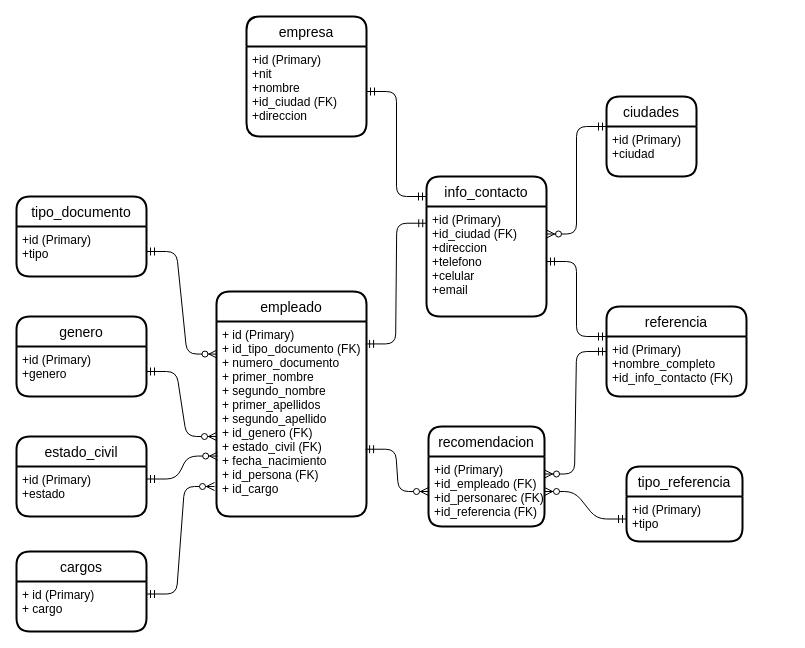
Above: DiseñoRelacional.drawio in shaten10/hdv (draw.io), before the change. Source tidied: cells renumbered, new cells numbered last; positions are measured from the earlier drawing's top-left corner, leaving out a move shared by most shapes. Both pictures are drawn from the tidied source at 100%, with x=0, y=0 at pixel (16, 16).
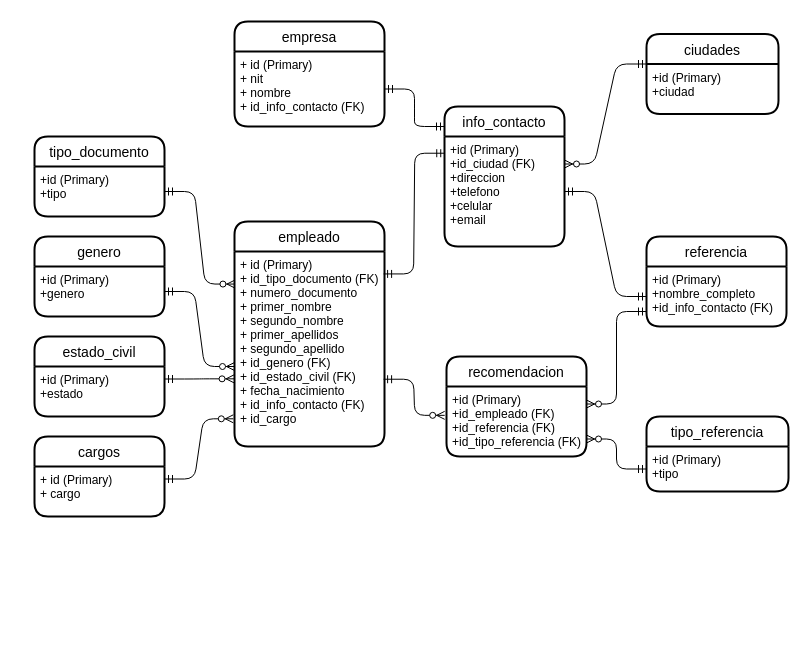
Above is the later version.

The change refers to these unchanged cells:
```xml
<mxCell id="3" value="+id (Primary)&#10;+id_ciudad (FK)&#10;+direccion&#10;+telefono&#10;+celular&#10;+email" style="align=left;strokeColor=none;fillColor=none;spacingLeft=4;fontSize=12;verticalAlign=top;" parent="2" vertex="1">
  <mxGeometry y="30" width="120" height="110" as="geometry" />
</mxCell>
<mxCell id="7" value="+id (Primary)&#10;+nombre_completo&#10;+id_info_contacto (FK)" style="align=left;strokeColor=none;fillColor=none;spacingLeft=4;fontSize=12;verticalAlign=top;" parent="6" vertex="1">
  <mxGeometry y="30" width="140" height="60" as="geometry" />
</mxCell>
<mxCell id="17" value="+id (Primary)&#10;+estado" style="align=left;strokeColor=none;fillColor=none;spacingLeft=4;fontSize=12;verticalAlign=top;" parent="16" vertex="1">
  <mxGeometry y="30" width="130" height="50" as="geometry" />
</mxCell>
<mxCell id="19" value="+id (Primary)&#10;+genero" style="align=left;strokeColor=none;fillColor=none;spacingLeft=4;fontSize=12;verticalAlign=top;" parent="18" vertex="1">
  <mxGeometry y="30" width="130" height="50" as="geometry" />
</mxCell>
<mxCell id="33" value="+ id (Primary)&#10;+ cargo" style="align=left;strokeColor=none;fillColor=none;spacingLeft=4;fontSize=12;verticalAlign=top;" parent="32" vertex="1">
  <mxGeometry y="30" width="130" height="50" as="geometry" />
</mxCell>
```

Change to the diagram source:
```diff
@@
     <mxCell id="2" value="info_contacto" style="swimlane;horizontal=1;startSize=30;rounded=1;fontSize=14;fontStyle=0;strokeWidth=2;shadow=0;dashed=0;align=center;" parent="1" vertex="1">
-      <mxGeometry x="410" y="160" width="120" height="140" as="geometry" />
+      <mxGeometry x="428" y="90" width="120" height="140" as="geometry" />
     </mxCell>
@@
     <mxCell id="4" value="empleado" style="swimlane;horizontal=1;startSize=30;rounded=1;fontSize=14;fontStyle=0;strokeWidth=2;shadow=0;dashed=0;align=center;" parent="1" vertex="1">
-      <mxGeometry x="200" y="275" width="150" height="225" as="geometry" />
+      <mxGeometry x="218" y="205" width="150" height="225" as="geometry" />
     </mxCell>
-    <mxCell id="5" value="+ id (Primary)&#10;+ id_tipo_documento (FK)&#10;+ numero_documento&#10;+ primer_nombre&#10;+ segundo_nombre&#10;+ primer_apellidos&#10;+ segundo_apellido&#10;+ id_genero (FK)&#10;+ estado_civil (FK)&#10;+ fecha_nacimiento&#10;+ id_persona (FK)&#10;+ id_cargo&#10;" style="align=left;strokeColor=none;fillColor=none;spacingLeft=4;fontSize=12;verticalAlign=top;" parent="4" vertex="1">
+    <mxCell id="5" value="+ id (Primary)&#10;+ id_tipo_documento (FK)&#10;+ numero_documento&#10;+ primer_nombre&#10;+ segundo_nombre&#10;+ primer_apellidos&#10;+ segundo_apellido&#10;+ id_genero (FK)&#10;+ id_estado_civil (FK)&#10;+ fecha_nacimiento&#10;+ id_info_contacto (FK)&#10;+ id_cargo&#10;" style="align=left;strokeColor=none;fillColor=none;spacingLeft=4;fontSize=12;verticalAlign=top;" parent="4" vertex="1">
       <mxGeometry y="30" width="150" height="195" as="geometry" />
     </mxCell>
     <mxCell id="6" value="referencia" style="swimlane;horizontal=1;startSize=30;rounded=1;fontSize=14;fontStyle=0;strokeWidth=2;shadow=0;dashed=0;align=center;" parent="1" vertex="1">
-      <mxGeometry x="590" y="290" width="140" height="90" as="geometry" />
+      <mxGeometry x="630" y="220" width="140" height="90" as="geometry" />
     </mxCell>
@@
     <mxCell id="8" value="recomendacion" style="swimlane;horizontal=1;startSize=30;rounded=1;fontSize=14;fontStyle=0;strokeWidth=2;shadow=0;dashed=0;align=center;" parent="1" vertex="1">
-      <mxGeometry x="412" y="410" width="116" height="100" as="geometry" />
+      <mxGeometry x="430" y="340" width="140" height="100" as="geometry" />
     </mxCell>
-    <mxCell id="9" value="+id (Primary)&#10;+id_empleado (FK)&#10;+id_personarec (FK)&#10;+id_referencia (FK)" style="align=left;strokeColor=none;fillColor=none;spacingLeft=4;fontSize=12;verticalAlign=top;" parent="8" vertex="1">
-      <mxGeometry y="30" width="116" height="70" as="geometry" />
+    <mxCell id="9" value="+id (Primary)&#10;+id_empleado (FK)&#10;+id_referencia (FK)&#10;+id_tipo_referencia (FK)" style="align=left;strokeColor=none;fillColor=none;spacingLeft=4;fontSize=12;verticalAlign=top;" parent="8" vertex="1">
+      <mxGeometry y="30" width="140" height="70" as="geometry" />
     </mxCell>
     <mxCell id="10" value="tipo_documento" style="swimlane;horizontal=1;startSize=30;rounded=1;fontSize=14;fontStyle=0;strokeWidth=2;shadow=0;dashed=0;align=center;" parent="1" vertex="1">
-      <mxGeometry y="180" width="130" height="80" as="geometry" />
+      <mxGeometry x="18" y="120" width="130" height="80" as="geometry" />
     </mxCell>
@@
     <mxCell id="12" value="tipo_referencia" style="swimlane;horizontal=1;startSize=30;rounded=1;fontSize=14;fontStyle=0;strokeWidth=2;shadow=0;dashed=0;align=center;" parent="1" vertex="1">
-      <mxGeometry x="610" y="450" width="116" height="75" as="geometry" />
+      <mxGeometry x="630" y="400" width="142" height="75" as="geometry" />
     </mxCell>
     <mxCell id="13" value="+id (Primary)&#10;+tipo" style="align=left;strokeColor=none;fillColor=none;spacingLeft=4;fontSize=12;verticalAlign=top;" parent="12" vertex="1">
-      <mxGeometry y="30" width="116" height="45" as="geometry" />
+      <mxGeometry y="30" width="142" height="45" as="geometry" />
     </mxCell>
     <mxCell id="14" value="ciudades" style="swimlane;horizontal=1;startSize=30;rounded=1;fontSize=14;fontStyle=0;strokeWidth=2;shadow=0;dashed=0;align=center;" parent="1" vertex="1">
-      <mxGeometry x="590" y="80" width="90" height="80" as="geometry" />
+      <mxGeometry x="630" y="17.5" width="132" height="80" as="geometry" />
     </mxCell>
     <mxCell id="15" value="+id (Primary)&#10;+ciudad" style="align=left;strokeColor=none;fillColor=none;spacingLeft=4;fontSize=12;verticalAlign=top;" parent="14" vertex="1">
-      <mxGeometry y="30" width="90" height="50" as="geometry" />
+      <mxGeometry y="30" width="132" height="50" as="geometry" />
     </mxCell>
     <mxCell id="16" value="estado_civil" style="swimlane;horizontal=1;startSize=30;rounded=1;fontSize=14;fontStyle=0;strokeWidth=2;shadow=0;dashed=0;align=center;" parent="1" vertex="1">
-      <mxGeometry y="420" width="130" height="80" as="geometry" />
+      <mxGeometry x="18" y="320" width="130" height="80" as="geometry" />
     </mxCell>
@@
     <mxCell id="18" value="genero" style="swimlane;horizontal=1;startSize=30;rounded=1;fontSize=14;fontStyle=0;strokeWidth=2;shadow=0;dashed=0;align=center;" parent="1" vertex="1">
-      <mxGeometry y="300" width="130" height="80" as="geometry" />
+      <mxGeometry x="18" y="220" width="130" height="80" as="geometry" />
     </mxCell>
@@
     <mxCell id="20" value="empresa" style="swimlane;horizontal=1;startSize=30;rounded=1;fontSize=14;fontStyle=0;strokeWidth=2;shadow=0;dashed=0;align=center;" parent="1" vertex="1">
-      <mxGeometry x="230" width="120" height="120" as="geometry" />
+      <mxGeometry x="218" y="5" width="150" height="105" as="geometry" />
     </mxCell>
-    <mxCell id="21" value="+id (Primary)&#10;+nit&#10;+nombre&#10;+id_ciudad (FK)&#10;+direccion" style="align=left;strokeColor=none;fillColor=none;spacingLeft=4;fontSize=12;verticalAlign=top;" parent="20" vertex="1">
-      <mxGeometry y="30" width="120" height="90" as="geometry" />
+    <mxCell id="21" value="+ id (Primary)&#10;+ nit&#10;+ nombre&#10;+ id_info_contacto (FK) " style="align=left;strokeColor=none;fillColor=none;spacingLeft=4;fontSize=12;verticalAlign=top;" parent="20" vertex="1">
+      <mxGeometry y="30" width="150" height="75" as="geometry" />
     </mxCell>
@@
-    <mxCell id="24" style="edgeStyle=entityRelationEdgeStyle;fontSize=12;html=1;endArrow=ERzeroToMany;startArrow=ERmandOne;exitX=0;exitY=0.5;exitDx=0;exitDy=0;entryX=1;entryY=0.5;entryDx=0;entryDy=0;" parent="1" edge="1" source="13" target="9">
+    <mxCell id="24" style="edgeStyle=entityRelationEdgeStyle;fontSize=12;html=1;endArrow=ERzeroToMany;startArrow=ERmandOne;exitX=0;exitY=0.5;exitDx=0;exitDy=0;entryX=1;entryY=0.75;entryDx=0;entryDy=0;" parent="1" edge="1" source="13" target="9">
       <mxGeometry relative="1" as="geometry" />
     </mxCell>
     <mxCell id="25" style="edgeStyle=entityRelationEdgeStyle;fontSize=12;html=1;endArrow=ERzeroToMany;startArrow=ERmandOne;exitX=1;exitY=0.5;exitDx=0;exitDy=0;" parent="1" edge="1" source="19">
       <mxGeometry relative="1" as="geometry">
-        <mxPoint x="200" y="420" as="targetPoint" />
+        <mxPoint x="218" y="350" as="targetPoint" />
       </mxGeometry>
     </mxCell>
-    <mxCell id="26" style="edgeStyle=entityRelationEdgeStyle;fontSize=12;html=1;endArrow=ERzeroToMany;startArrow=ERmandOne;exitX=1;exitY=0.25;exitDx=0;exitDy=0;entryX=0.008;entryY=0.69;entryDx=0;entryDy=0;entryPerimeter=0;" parent="1" edge="1" source="17" target="5">
+    <mxCell id="26" style="edgeStyle=entityRelationEdgeStyle;fontSize=12;html=1;endArrow=ERzeroToMany;startArrow=ERmandOne;exitX=1;exitY=0.25;exitDx=0;exitDy=0;entryX=-0.003;entryY=0.653;entryDx=0;entryDy=0;entryPerimeter=0;" parent="1" edge="1" source="17" target="5">
       <mxGeometry relative="1" as="geometry" />
     </mxCell>
-    <mxCell id="27" style="edgeStyle=entityRelationEdgeStyle;fontSize=12;html=1;endArrow=ERzeroToMany;startArrow=ERmandOne;exitX=0.994;exitY=0.655;exitDx=0;exitDy=0;exitPerimeter=0;" parent="1" edge="1" source="5" target="9">
+    <mxCell id="27" style="edgeStyle=entityRelationEdgeStyle;fontSize=12;html=1;endArrow=ERzeroToMany;startArrow=ERmandOne;exitX=0.994;exitY=0.655;exitDx=0;exitDy=0;exitPerimeter=0;entryX=-0.013;entryY=0.412;entryDx=0;entryDy=0;entryPerimeter=0;" parent="1" edge="1" source="5" target="9">
       <mxGeometry relative="1" as="geometry" />
     </mxCell>
-    <mxCell id="28" style="edgeStyle=entityRelationEdgeStyle;fontSize=12;html=1;endArrow=ERzeroToMany;startArrow=ERmandOne;entryX=1;entryY=0.25;entryDx=0;entryDy=0;exitX=0;exitY=0.25;exitDx=0;exitDy=0;" parent="1" edge="1" source="7" target="9">
+    <mxCell id="28" style="edgeStyle=entityRelationEdgeStyle;fontSize=12;html=1;endArrow=ERzeroToMany;startArrow=ERmandOne;entryX=1;entryY=0.25;entryDx=0;entryDy=0;exitX=0;exitY=0.75;exitDx=0;exitDy=0;" parent="1" edge="1" source="7" target="9">
       <mxGeometry relative="1" as="geometry" />
     </mxCell>
-    <mxCell id="29" style="edgeStyle=entityRelationEdgeStyle;fontSize=12;html=1;endArrow=ERmandOne;startArrow=ERmandOne;entryX=0;entryY=0;entryDx=0;entryDy=0;" parent="1" edge="1" source="3" target="7">
+    <mxCell id="29" style="edgeStyle=entityRelationEdgeStyle;fontSize=12;html=1;endArrow=ERmandOne;startArrow=ERmandOne;entryX=0;entryY=0.5;entryDx=0;entryDy=0;" parent="1" edge="1" source="3" target="7">
       <mxGeometry relative="1" as="geometry" />
     </mxCell>
     <mxCell id="30" style="edgeStyle=entityRelationEdgeStyle;fontSize=12;html=1;endArrow=ERmandOne;startArrow=ERmandOne;exitX=1;exitY=0.5;exitDx=0;exitDy=0;" parent="1" edge="1" source="21">
       <mxGeometry relative="1" as="geometry">
-        <mxPoint x="410" y="180" as="targetPoint" />
+        <mxPoint x="428" y="110" as="targetPoint" />
       </mxGeometry>
     </mxCell>
@@
     <mxCell id="32" value="cargos" style="swimlane;horizontal=1;startSize=30;rounded=1;fontSize=14;fontStyle=0;strokeWidth=2;shadow=0;dashed=0;align=center;" parent="1" vertex="1">
-      <mxGeometry y="535" width="130" height="80" as="geometry" />
+      <mxGeometry x="18" y="420" width="130" height="80" as="geometry" />
     </mxCell>
@@
-    <mxCell id="34" style="edgeStyle=entityRelationEdgeStyle;fontSize=12;html=1;endArrow=ERzeroToMany;startArrow=ERmandOne;exitX=1;exitY=0.25;exitDx=0;exitDy=0;" parent="1" edge="1" source="33">
-      <mxGeometry relative="1" as="geometry">
-        <mxPoint x="198" y="470" as="targetPoint" />
-      </mxGeometry>
+    <mxCell id="34" style="edgeStyle=entityRelationEdgeStyle;fontSize=12;html=1;endArrow=ERzeroToMany;startArrow=ERmandOne;exitX=1;exitY=0.25;exitDx=0;exitDy=0;entryX=-0.008;entryY=0.858;entryDx=0;entryDy=0;entryPerimeter=0;" parent="1" edge="1" source="33" target="5">
+      <mxGeometry relative="1" as="geometry" />
     </mxCell>
```
